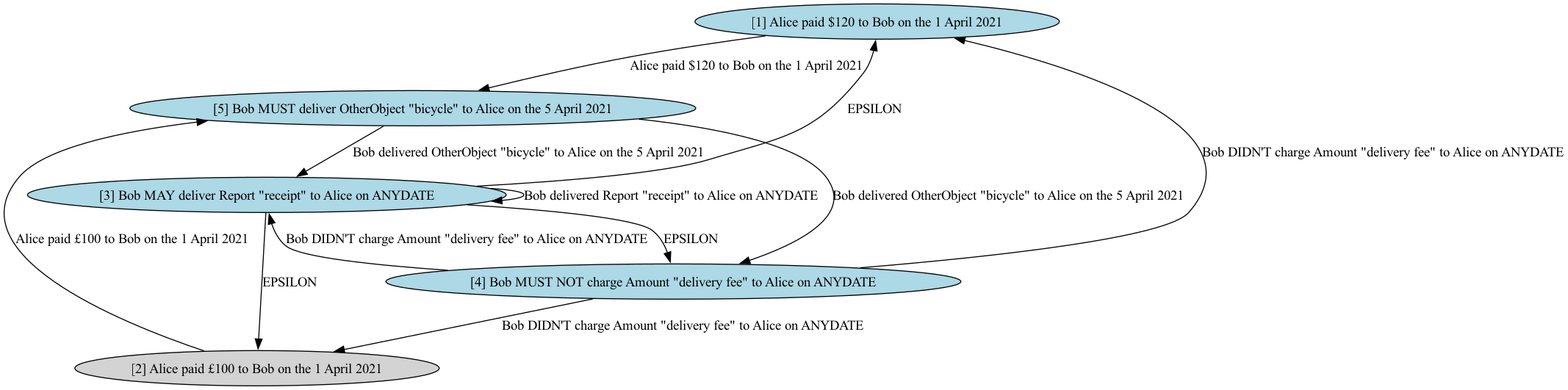
YoongXin/fyp keeps this Graphviz diagram as extendedCoLa/nfaWithPathHighlighted.png. Above is the earlier version. Its source is kept beside it as extendedCoLa/nfaWithPathHighlighted.dot.
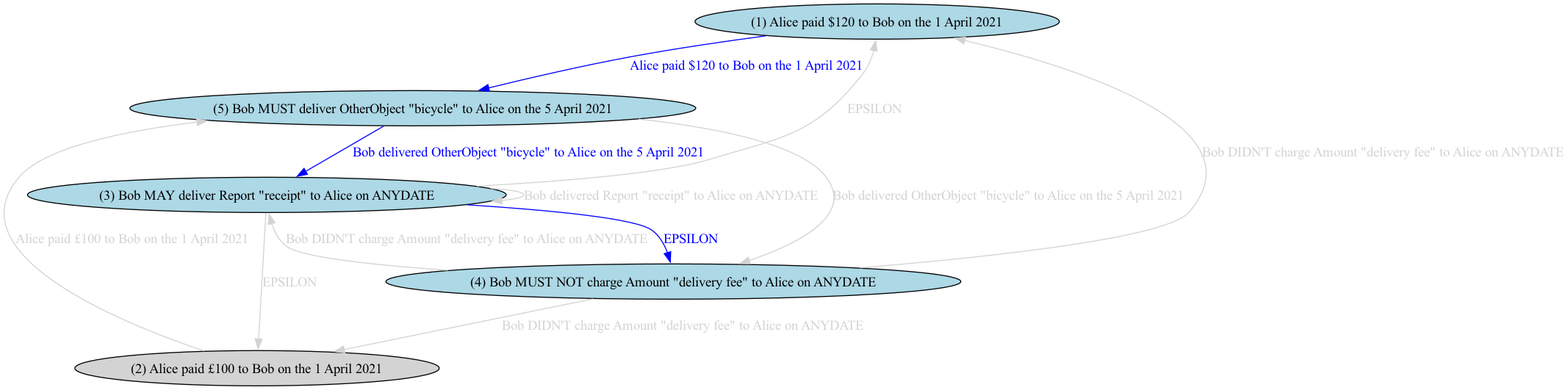
Later version of the same file.

The edit, as a diff of the source:
```diff
@@ -1,28 +1,61 @@
 digraph {
-    1 [label="[1] Alice paid $120 to Bob on the 1 April 2021"
+    1 [label="(1) Alice paid $120 to Bob on the 1 April 2021"
       ,fillcolor=lightblue
       ,style=filled];
-    2 [label="[2] Alice paid £100 to Bob on the 1 April 2021"
+    2 [label="(2) Alice paid £100 to Bob on the 1 April 2021"
       ,fillcolor=lightgray
       ,style=filled];
-    3 [label="[3] Bob MAY deliver Report \"receipt\" to Alice on ANYDATE"
+    3 [label="(3) Bob MAY deliver Report \"receipt\" to Alice on ANYDATE"
       ,fillcolor=lightblue
       ,style=filled];
-    4 [label="[4] Bob MUST NOT charge Amount \"delivery fee\" to Alice on ANYDATE"
+    4 [label="(4) Bob MUST NOT charge Amount \"delivery fee\" to Alice on ANYDATE"
       ,fillcolor=lightblue
       ,style=filled];
-    5 [label="[5] Bob MUST deliver OtherObject \"bicycle\" to Alice on the 5 April 2021"
+    5 [label="(5) Bob MUST deliver OtherObject \"bicycle\" to Alice on the 5 April 2021"
       ,fillcolor=lightblue
       ,style=filled];
-    1 -> 5 [label="Alice paid $120 to Bob on the 1 April 2021"];
-    2 -> 5 [label="Alice paid £100 to Bob on the 1 April 2021"];
-    3 -> 1 [label=EPSILON];
-    3 -> 2 [label=EPSILON];
-    3 -> 3 [label="Bob delivered Report \"receipt\" to Alice on ANYDATE"];
-    3 -> 4 [label=EPSILON];
-    4 -> 1 [label="Bob DIDN'T charge Amount \"delivery fee\" to Alice on ANYDATE"];
-    4 -> 2 [label="Bob DIDN'T charge Amount \"delivery fee\" to Alice on ANYDATE"];
-    4 -> 3 [label="Bob DIDN'T charge Amount \"delivery fee\" to Alice on ANYDATE"];
-    5 -> 3 [label="Bob delivered OtherObject \"bicycle\" to Alice on the 5 April 2021"];
-    5 -> 4 [label="Bob delivered OtherObject \"bicycle\" to Alice on the 5 April 2021"];
+    1 -> 5 [label="Alice paid $120 to Bob on the 1 April 2021"
+           ,fillcolor=blue
+           ,fontcolor=blue
+           ,color=blue];
+    2 -> 5 [label="Alice paid £100 to Bob on the 1 April 2021"
+           ,fillcolor=lightgray
+           ,fontcolor=lightgray
+           ,color=lightgray];
+    3 -> 1 [label=EPSILON
+           ,fillcolor=lightgray
+           ,fontcolor=lightgray
+           ,color=lightgray];
+    3 -> 2 [label=EPSILON
+           ,fillcolor=lightgray
+           ,fontcolor=lightgray
+           ,color=lightgray];
+    3 -> 3 [label="Bob delivered Report \"receipt\" to Alice on ANYDATE"
+           ,fillcolor=lightgray
+           ,fontcolor=lightgray
+           ,color=lightgray];
+    3 -> 4 [label=EPSILON
+           ,fillcolor=blue
+           ,fontcolor=blue
+           ,color=blue];
+    4 -> 1 [label="Bob DIDN'T charge Amount \"delivery fee\" to Alice on ANYDATE"
+           ,fillcolor=lightgray
+           ,fontcolor=lightgray
+           ,color=lightgray];
+    4 -> 2 [label="Bob DIDN'T charge Amount \"delivery fee\" to Alice on ANYDATE"
+           ,fillcolor=lightgray
+           ,fontcolor=lightgray
+           ,color=lightgray];
+    4 -> 3 [label="Bob DIDN'T charge Amount \"delivery fee\" to Alice on ANYDATE"
+           ,fillcolor=lightgray
+           ,fontcolor=lightgray
+           ,color=lightgray];
+    5 -> 3 [label="Bob delivered OtherObject \"bicycle\" to Alice on the 5 April 2021"
+           ,fillcolor=blue
+           ,fontcolor=blue
+           ,color=blue];
+    5 -> 4 [label="Bob delivered OtherObject \"bicycle\" to Alice on the 5 April 2021"
+           ,fillcolor=lightgray
+           ,fontcolor=lightgray
+           ,color=lightgray];
 }
```
